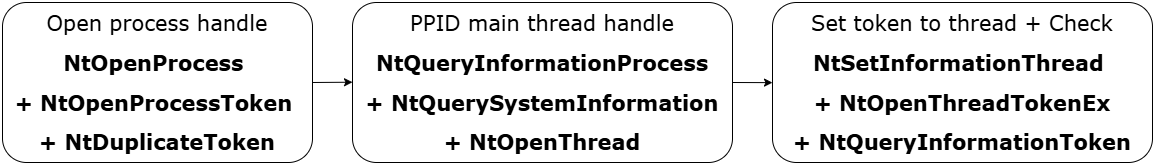
Above: images/nativetokenstealer/esquema2.png in ricardojoserf/ricardojoserf.github.io (draw.io), before the change. Source tidied: cells renumbered, new cells last; positions are measured from the earlier drawing's top-left corner, leaving out a move shared by most shapes.
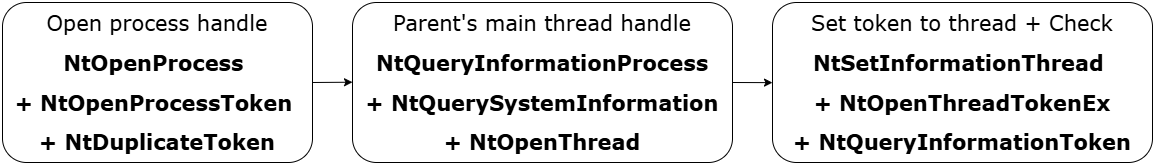
After the commit.

Diff of the diagram source:
```diff
@@ -5,7 +5,7 @@
     <mxCell id="2" value="&lt;div style=&quot;line-height: 190%;&quot;&gt;&lt;font&gt;Open process handle&lt;br&gt;&lt;/font&gt;&lt;div&gt;&lt;span style=&quot;background-color: transparent;&quot;&gt;&lt;b&gt;NtOpenProcess&amp;nbsp;&lt;/b&gt;&lt;/span&gt;&lt;/div&gt;&lt;div&gt;&lt;span style=&quot;background-color: transparent;&quot;&gt;&lt;b&gt;+ NtOpenProcessToken&amp;nbsp;&lt;/b&gt;&lt;/span&gt;&lt;/div&gt;&lt;div&gt;&lt;span style=&quot;background-color: transparent;&quot;&gt;&lt;b&gt;+ NtDuplicateToken&lt;/b&gt;&lt;/span&gt;&lt;/div&gt;&lt;/div&gt;" style="rounded=1;whiteSpace=wrap;html=1;fontFamily=Verdana;fontSize=21;" parent="1" vertex="1">
       <mxGeometry width="310" height="160" as="geometry" />
     </mxCell>
-    <mxCell id="3" value="&lt;div style=&quot;line-height: 190%;&quot;&gt;PPID main thread handle&lt;/div&gt;&lt;div style=&quot;line-height: 190%;&quot;&gt;&lt;b&gt;NtQueryInformationProcess&lt;/b&gt;&lt;/div&gt;&lt;div style=&quot;line-height: 190%;&quot;&gt;&lt;b&gt;+ NtQuerySystemInformation&lt;/b&gt;&lt;/div&gt;&lt;div style=&quot;line-height: 190%;&quot;&gt;&lt;b&gt;+ NtOpenThread&lt;/b&gt;&lt;/div&gt;" style="rounded=1;whiteSpace=wrap;html=1;fontFamily=Verdana;fontSize=21;" parent="1" vertex="1">
+    <mxCell id="3" value="&lt;div style=&quot;line-height: 190%;&quot;&gt;Parent's main thread handle&lt;/div&gt;&lt;div style=&quot;line-height: 190%;&quot;&gt;&lt;b&gt;NtQueryInformationProcess&lt;/b&gt;&lt;/div&gt;&lt;div style=&quot;line-height: 190%;&quot;&gt;&lt;b&gt;+ NtQuerySystemInformation&lt;/b&gt;&lt;/div&gt;&lt;div style=&quot;line-height: 190%;&quot;&gt;&lt;b&gt;+ NtOpenThread&lt;/b&gt;&lt;/div&gt;" style="rounded=1;whiteSpace=wrap;html=1;fontFamily=Verdana;fontSize=21;" parent="1" vertex="1">
       <mxGeometry x="350" width="380" height="160" as="geometry" />
     </mxCell>
     <mxCell id="4" value="&lt;div style=&quot;line-height: 190%;&quot;&gt;&lt;div&gt;&lt;span style=&quot;background-color: transparent;&quot;&gt;Set token to thread + Check&lt;/span&gt;&lt;/div&gt;&lt;div&gt;&lt;b&gt;&lt;span style=&quot;background-color: transparent;&quot;&gt;NtSetInformationThread&amp;nbsp;&lt;/span&gt;&lt;/b&gt;&lt;/div&gt;&lt;div&gt;&lt;b&gt;&lt;span style=&quot;background-color: transparent;&quot;&gt;+&lt;/span&gt;&lt;span style=&quot;background-color: transparent;&quot;&gt;&amp;nbsp;NtOpenThreadTokenEx&lt;/span&gt;&lt;/b&gt;&lt;/div&gt;&lt;div&gt;&lt;b&gt;&lt;span style=&quot;background-color: transparent;&quot;&gt;+ NtQueryInformationToken&lt;/span&gt;&lt;/b&gt;&lt;/div&gt;&lt;/div&gt;" style="rounded=1;whiteSpace=wrap;html=1;fontFamily=Verdana;fontSize=21;" parent="1" vertex="1">
```
